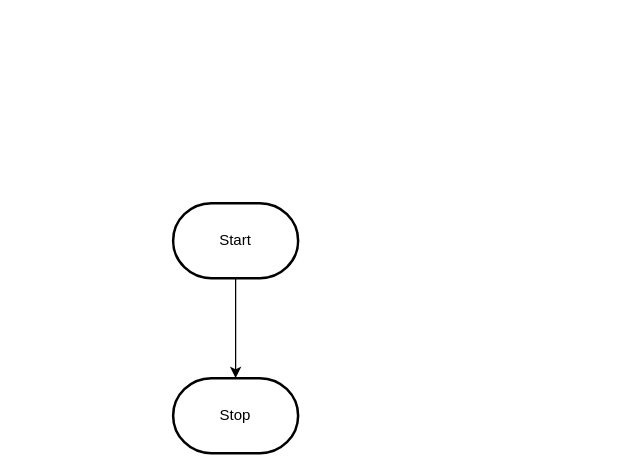
This is design/flowchart.drawio from MTHS-ICS2O-2-2022/ICS2O-Unit-3-03-janet-do, a draw.io file, before an edit. Source tidied: cells renumbered, new cells numbered last; positions are measured from the earlier drawing's top-left corner, leaving out a move shared by most shapes. Both pictures are drawn from the tidied source at 125%, with x=0, y=0 at pixel (172, 202).
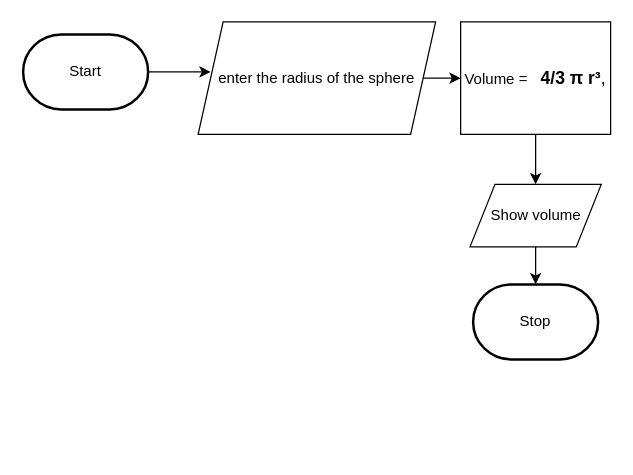
Above is the later version.

The edit, as a diff of the source:
```diff
@@
 <mxGraphModel>
   <root>
     <mxCell id="0" />
     <mxCell id="1" parent="0" />
-    <mxCell id="2" style="edgeStyle=orthogonalEdgeStyle;html=1;rounded=0;" parent="1" edge="1" source="3" target="4">
-      <mxGeometry relative="1" as="geometry" />
-    </mxCell>
+    <mxCell id="5" style="edgeStyle=orthogonalEdgeStyle;html=1;exitX=1;exitY=0.5;exitDx=0;exitDy=0;exitPerimeter=0;rounded=0;" parent="1" edge="1" source="3">
+      <mxGeometry relative="1" as="geometry">
+        <mxPoint x="30" y="-105" as="targetPoint" />
+      </mxGeometry>
+    </mxCell>
     <mxCell id="3" value="Start" style="strokeWidth=2;html=1;shape=mxgraph.flowchart.terminator;whiteSpace=wrap;" parent="1" vertex="1">
-      <mxGeometry width="100" height="60" as="geometry" />
+      <mxGeometry x="-120" y="-135" width="100" height="60" as="geometry" />
     </mxCell>
     <mxCell id="4" value="Stop" style="strokeWidth=2;html=1;shape=mxgraph.flowchart.terminator;whiteSpace=wrap;" parent="1" vertex="1">
-      <mxGeometry y="140" width="100" height="60" as="geometry" />
+      <mxGeometry x="240" y="65" width="100" height="60" as="geometry" />
     </mxCell>
+    <mxCell id="6" style="edgeStyle=orthogonalEdgeStyle;shape=connector;rounded=0;html=1;exitX=1;exitY=0.5;exitDx=0;exitDy=0;entryX=0;entryY=0.5;entryDx=0;entryDy=0;labelBackgroundColor=default;strokeColor=default;fontFamily=Helvetica;fontSize=11;fontColor=default;endArrow=classic;" parent="1" edge="1" source="7" target="9">
+      <mxGeometry relative="1" as="geometry" />
+    </mxCell>
+    <mxCell id="7" value="enter the radius of the sphere" style="shape=parallelogram;perimeter=parallelogramPerimeter;whiteSpace=wrap;html=1;fixedSize=1;" parent="1" vertex="1">
+      <mxGeometry x="20" y="-145" width="190" height="90" as="geometry" />
+    </mxCell>
+    <mxCell id="8" style="edgeStyle=orthogonalEdgeStyle;rounded=0;html=1;exitX=0.5;exitY=1;exitDx=0;exitDy=0;" parent="1" edge="1" source="9" target="11">
+      <mxGeometry relative="1" as="geometry" />
+    </mxCell>
+    <mxCell id="9" value="Volume =&amp;nbsp;&amp;nbsp;&lt;b style=&quot;font-family: arial, sans-serif; font-size: 14px; text-align: start;&quot;&gt;&amp;nbsp;4/3 π r³&lt;/b&gt;&lt;span style=&quot;font-family: arial, sans-serif; font-size: 14px; text-align: start;&quot;&gt;,&lt;/span&gt;" style="rounded=0;whiteSpace=wrap;html=1;" parent="1" vertex="1">
+      <mxGeometry x="230" y="-145" width="120" height="90" as="geometry" />
+    </mxCell>
+    <mxCell id="10" style="edgeStyle=orthogonalEdgeStyle;shape=connector;rounded=0;html=1;exitX=0.5;exitY=1;exitDx=0;exitDy=0;entryX=0.5;entryY=0;entryDx=0;entryDy=0;entryPerimeter=0;labelBackgroundColor=default;strokeColor=default;fontFamily=Helvetica;fontSize=11;fontColor=default;endArrow=classic;" parent="1" edge="1" source="11" target="4">
+      <mxGeometry relative="1" as="geometry" />
+    </mxCell>
+    <mxCell id="11" value="Show volume" style="shape=parallelogram;perimeter=parallelogramPerimeter;whiteSpace=wrap;html=1;fixedSize=1;" parent="1" vertex="1">
+      <mxGeometry x="237.5" y="-15" width="105" height="50" as="geometry" />
+    </mxCell>
   </root>
 </mxGraphModel>
```
